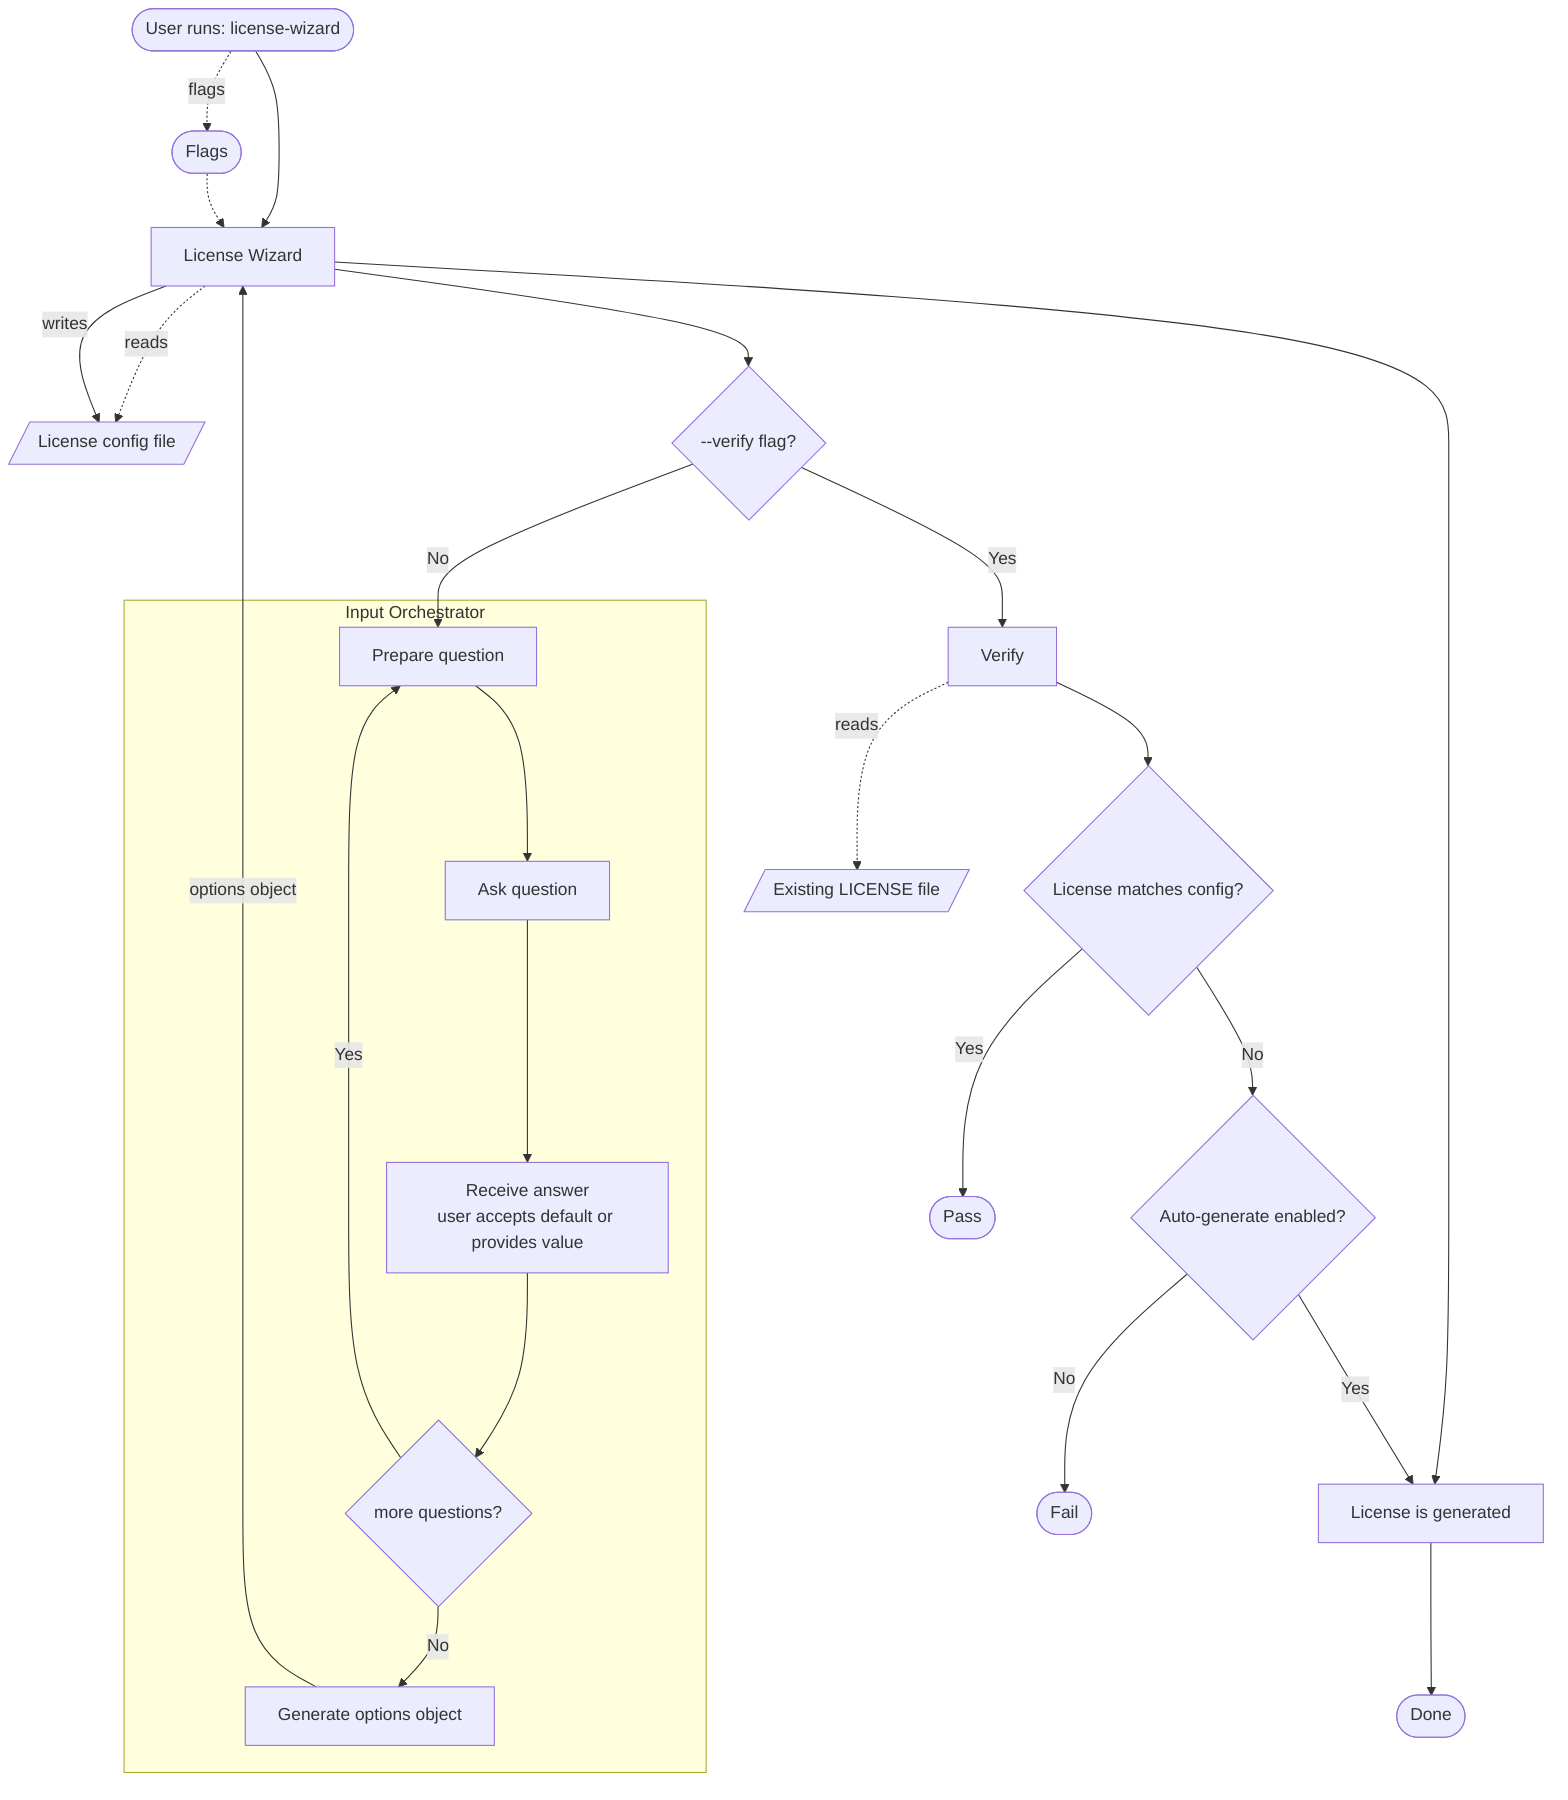
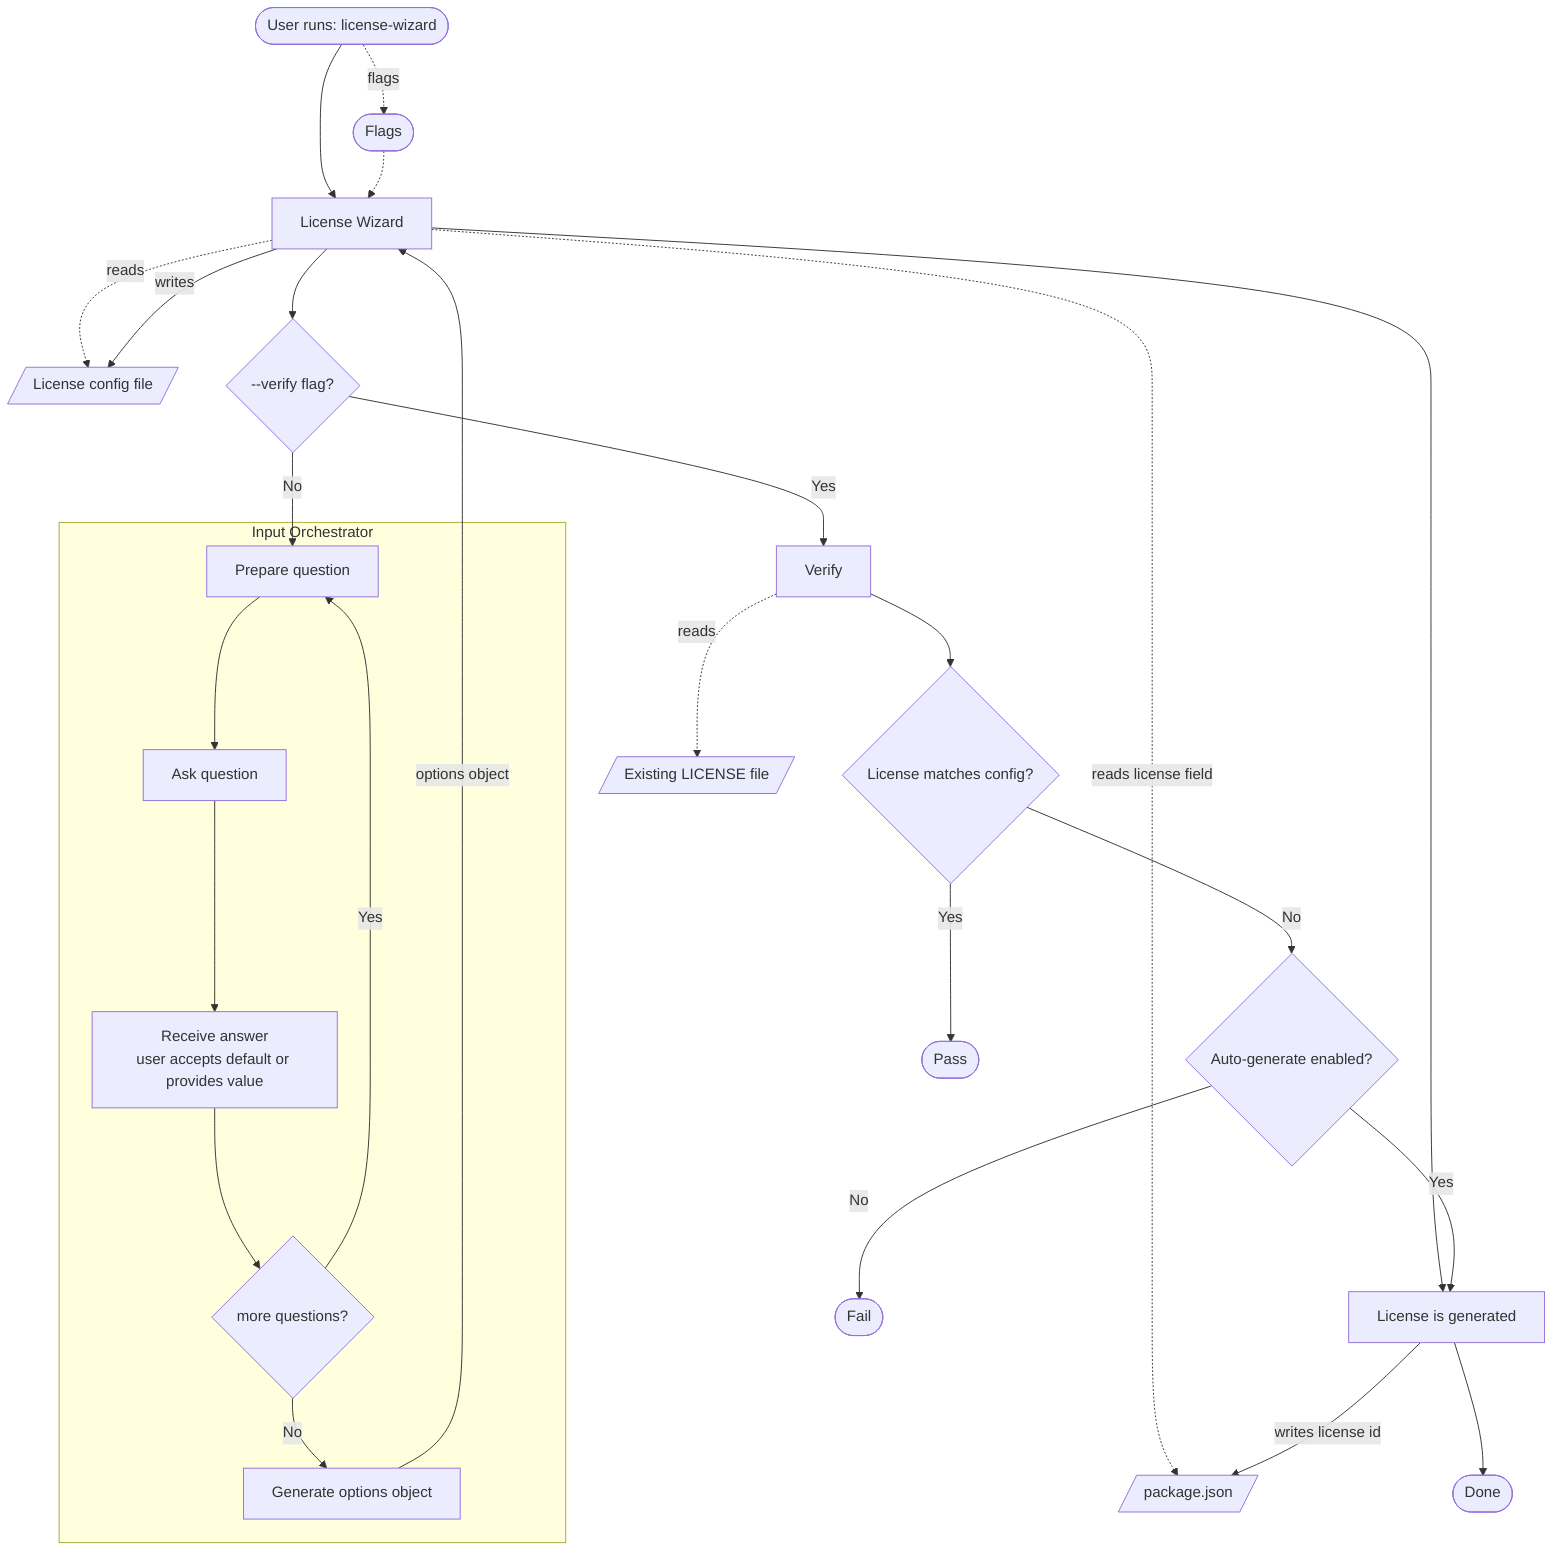
flowchart TD
    A([User runs: license-wizard]) --> LW[License Wizard]
    A -.->|flags| FL([Flags])
    FL -.-> LW
    LW -.->|reads| LC[/License config file/]
+     LW -.->|reads license field| PJ[/package.json/]

    LW --> M{--verify flag?}

    %% ─── Interactive / generation path ───
    M -->|No| C

    subgraph IO [Input Orchestrator]
        C[Prepare question]
        C --> D[Ask question]
        D --> E[Receive answer<br/>user accepts default or provides value]
        E --> F{more questions?}
        F -->|Yes| C
        F -->|No| OG[Generate options object]
    end

    OG -->|options object| LW
    LW -->|writes| LC
    LW --> G[License is generated]
+     G -->|writes license id| PJ
    G --> H([Done])

    %% ─── Verification path ───
    M -->|Yes| V[Verify]
    V -.->|reads| EL[/Existing LICENSE file/]
    V --> R{License matches config?}
    R -->|Yes| PASS([Pass])
    R -->|No| AG{Auto-generate enabled?}
    AG -->|Yes| G
    AG -->|No| FAIL([Fail])
